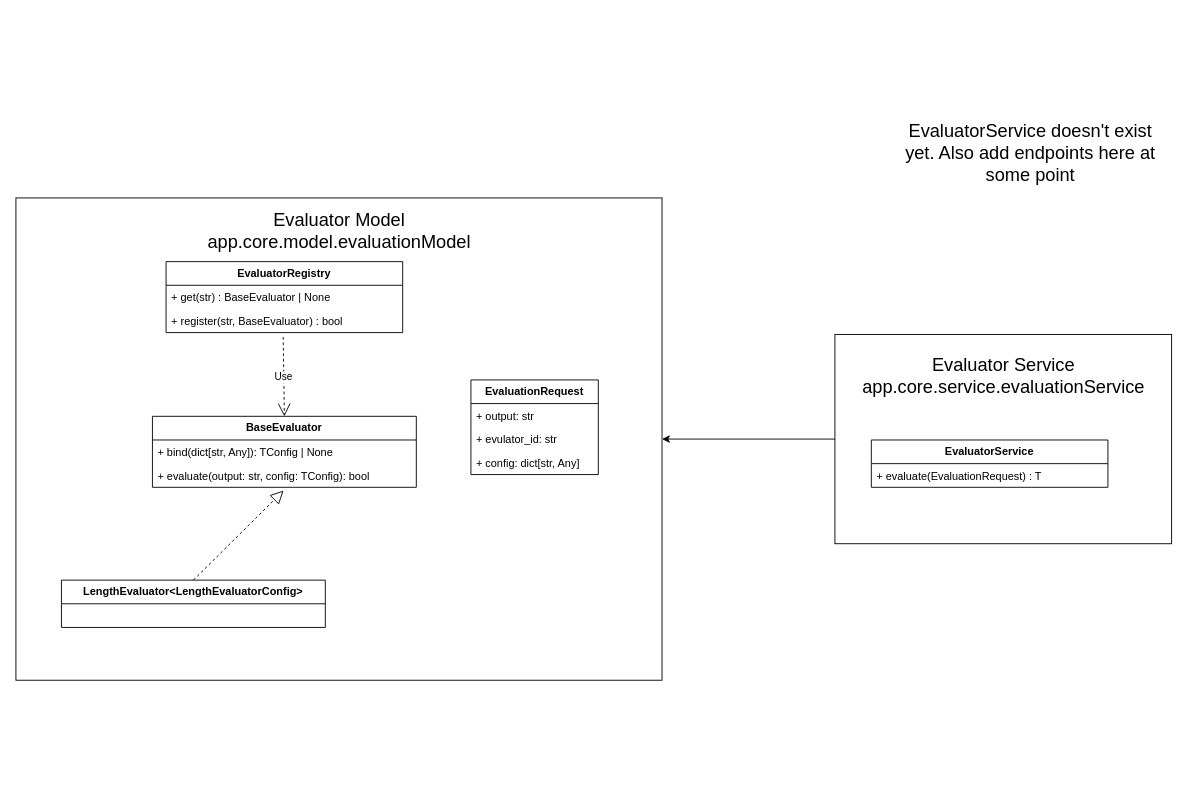
Before: docs/diagrams/component.drawio in ITU-AKA-syv-ai/Workflow-evaluation, a draw.io diagram. Source tidied: cells renumbered, new cells numbered last; positions are measured from the earlier drawing's top-left corner, leaving out a move shared by most shapes. Both pictures are drawn from the tidied source at 91%, with x=0, y=0 at pixel (15, 106).
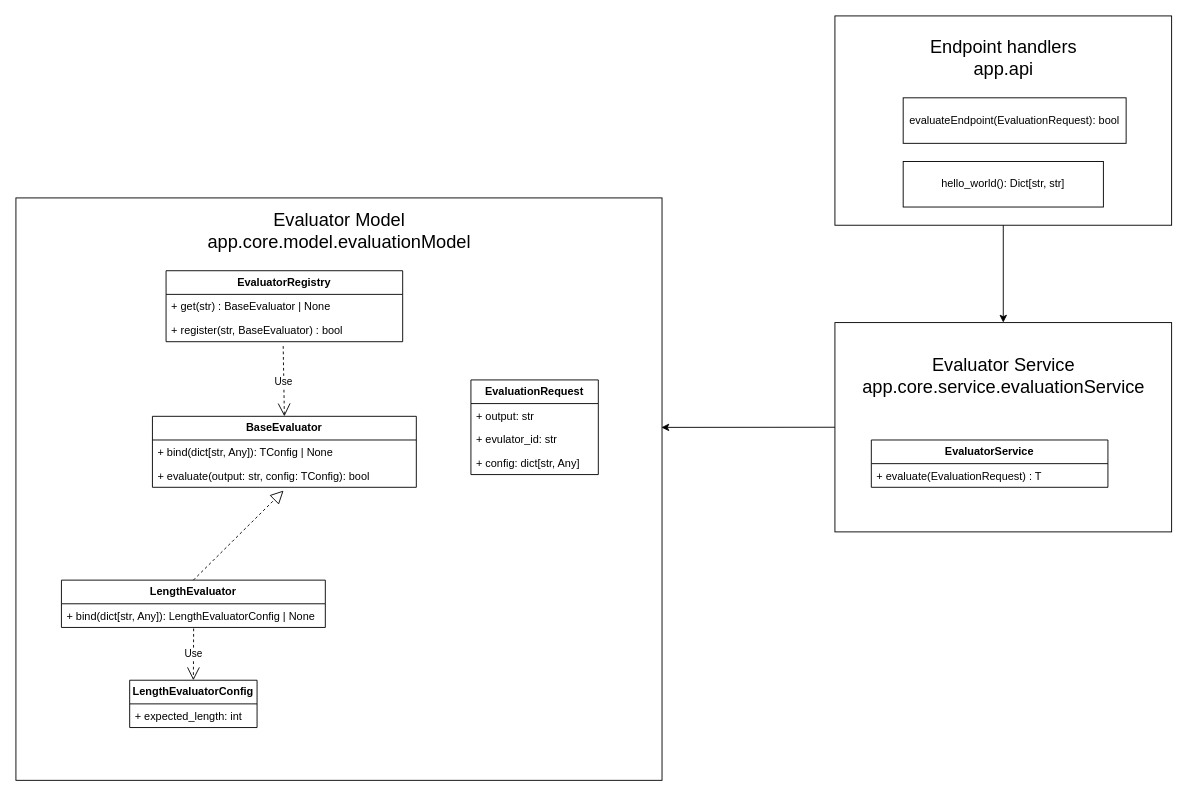
The same page after the edit.

Commit message (it also covers changes not shown here):
Updated class diagram

What changed in the source:
```diff
@@
     <mxCell id="2" style="rounded=0;whiteSpace=wrap;html=1;fillColor=none;" parent="1" vertex="1">
-      <mxGeometry y="100" width="710" height="530" as="geometry" />
+      <mxGeometry y="100" width="710" height="640" as="geometry" />
     </mxCell>
@@
-    <mxCell id="6" value="&lt;b&gt;LengthEvaluator&amp;lt;LengthEvaluatorConfig&amp;gt;&lt;/b&gt;" style="swimlane;fontStyle=0;horizontal=1;startSize=26;fillColor=none;whiteSpace=wrap;html=1;" parent="1" vertex="1">
+    <mxCell id="6" value="&lt;b&gt;LengthEvaluator&lt;/b&gt;" style="swimlane;fontStyle=0;horizontal=1;startSize=26;fillColor=none;whiteSpace=wrap;html=1;" parent="1" vertex="1">
       <mxGeometry x="50" y="520" width="290" height="52" as="geometry" />
     </mxCell>
-    <mxCell id="7" value="&lt;div&gt;&lt;br&gt;&lt;/div&gt;" style="text;strokeColor=none;fillColor=none;align=left;verticalAlign=top;spacingLeft=4;spacingRight=4;overflow=hidden;points=[[0,0.5],[1,0.5]];portConstraint=eastwest;whiteSpace=wrap;html=1;" parent="6" vertex="1">
+    <mxCell id="7" value="&lt;div&gt;+ bind(dict[str, Any]): LengthEvaluatorConfig | None&lt;/div&gt;" style="text;strokeColor=none;fillColor=none;align=left;verticalAlign=top;spacingLeft=4;spacingRight=4;overflow=hidden;points=[[0,0.5],[1,0.5]];portConstraint=eastwest;whiteSpace=wrap;html=1;" parent="6" vertex="1">
       <mxGeometry y="26" width="290" height="26" as="geometry" />
     </mxCell>
@@
     <mxCell id="9" value="&lt;b&gt;EvaluatorRegistry&lt;/b&gt;" style="swimlane;fontStyle=0;horizontal=1;startSize=26;fillColor=none;whiteSpace=wrap;html=1;" parent="1" vertex="1">
-      <mxGeometry x="165" y="170" width="260" height="78" as="geometry" />
+      <mxGeometry x="165" y="180" width="260" height="78" as="geometry" />
     </mxCell>
@@
     <mxCell id="18" style="rounded=0;whiteSpace=wrap;html=1;fillColor=none;" parent="1" vertex="1">
-      <mxGeometry x="900" y="250" width="370" height="230" as="geometry" />
+      <mxGeometry x="900" y="237" width="370" height="230" as="geometry" />
     </mxCell>
@@
-    <mxCell id="22" style="endArrow=classic;html=1;rounded=0;entryX=1;entryY=0.5;entryDx=0;entryDy=0;exitX=0;exitY=0.5;exitDx=0;exitDy=0;" parent="1" edge="1" source="18" target="2">
+    <mxCell id="22" style="endArrow=classic;html=1;rounded=0;entryX=0.999;entryY=0.394;entryDx=0;entryDy=0;exitX=0;exitY=0.5;exitDx=0;exitDy=0;entryPerimeter=0;" parent="1" edge="1" source="18" target="2">
       <mxGeometry relative="1" as="geometry" />
     </mxCell>
-    <mxCell id="23" value="&lt;font style=&quot;font-size: 20px;&quot;&gt;EvaluatorService doesn't exist yet. Also add endpoints here at some point&lt;/font&gt;" style="text;html=1;whiteSpace=wrap;strokeColor=none;fillColor=none;align=center;verticalAlign=middle;rounded=0;" parent="1" vertex="1">
-      <mxGeometry x="970" width="290" height="100" as="geometry" />
-    </mxCell>
+    <mxCell id="24" style="rounded=0;whiteSpace=wrap;html=1;fillColor=none;" parent="1" vertex="1">
+      <mxGeometry x="900" y="-100" width="370" height="230" as="geometry" />
+    </mxCell>
+    <mxCell id="25" value="&lt;span style=&quot;font-size: 20px;&quot;&gt;Endpoint handlers&lt;/span&gt;&lt;div&gt;&lt;span style=&quot;font-size: 20px;&quot;&gt;app.api&lt;/span&gt;&lt;/div&gt;" style="text;html=1;whiteSpace=wrap;strokeColor=none;fillColor=none;align=center;verticalAlign=middle;rounded=0;" parent="1" vertex="1">
+      <mxGeometry x="957.5" y="-70" width="255" height="30" as="geometry" />
+    </mxCell>
+    <mxCell id="26" value="evaluateEndpoint(EvaluationRequest): bool" style="html=1;whiteSpace=wrap;" parent="1" vertex="1">
+      <mxGeometry x="975" y="-10" width="245" height="50" as="geometry" />
+    </mxCell>
+    <mxCell id="27" value="hello_world(): Dict[str, str]" style="html=1;whiteSpace=wrap;" parent="1" vertex="1">
+      <mxGeometry x="975" y="60" width="220" height="50" as="geometry" />
+    </mxCell>
+    <mxCell id="28" style="endArrow=classic;html=1;rounded=0;entryX=0.5;entryY=0;entryDx=0;entryDy=0;exitX=0.5;exitY=1;exitDx=0;exitDy=0;" parent="1" edge="1" source="24" target="18">
+      <mxGeometry relative="1" as="geometry" />
+    </mxCell>
+    <mxCell id="29" value="&lt;b&gt;LengthEvaluatorConfig&lt;/b&gt;" style="swimlane;fontStyle=0;horizontal=1;startSize=26;fillColor=none;whiteSpace=wrap;html=1;" parent="1" vertex="1">
+      <mxGeometry x="125" y="630" width="140" height="52" as="geometry" />
+    </mxCell>
+    <mxCell id="30" value="+ expected_length: int" style="text;strokeColor=none;fillColor=none;align=left;verticalAlign=top;spacingLeft=4;spacingRight=4;overflow=hidden;whiteSpace=wrap;html=1;" parent="29" vertex="1">
+      <mxGeometry y="26" width="140" height="26" as="geometry" />
+    </mxCell>
+    <mxCell id="31" value="Use" style="endArrow=open;endSize=12;dashed=1;html=1;rounded=0;exitX=0.501;exitY=1.046;exitDx=0;exitDy=0;exitPerimeter=0;entryX=0.5;entryY=0;entryDx=0;entryDy=0;" parent="1" edge="1" source="7" target="29">
+      <mxGeometry relative="1" as="geometry" />
+    </mxCell>
```
